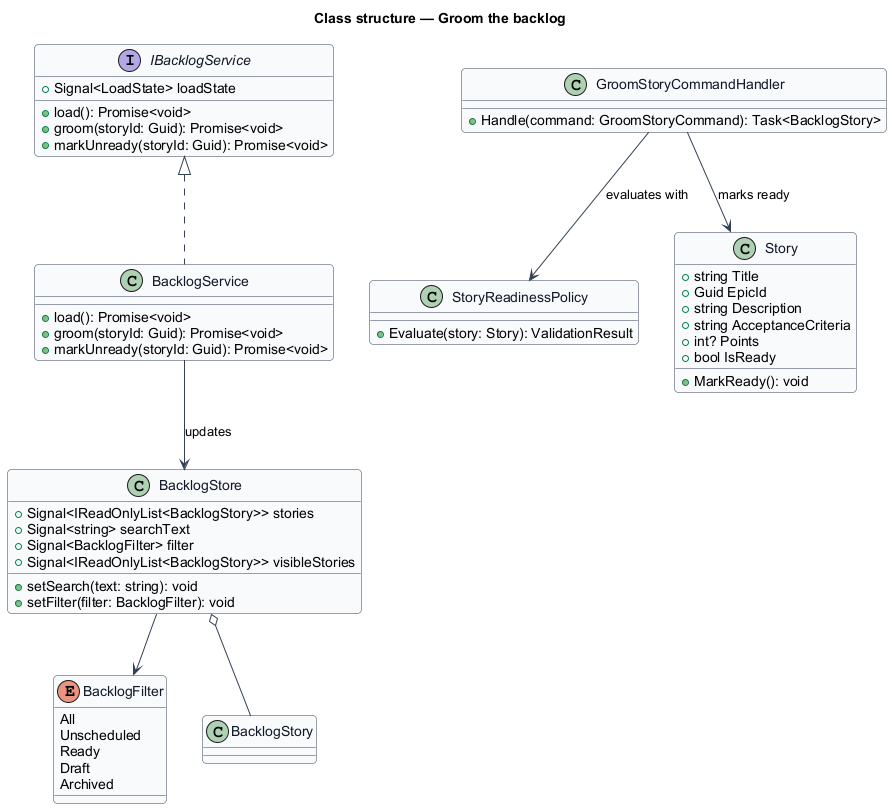
Before: docs/detailed-designs/planning/groom-backlog/diagrams/class-structure.png, a diagram exported from PlantUML (QuinntyneBrown/quinntyne-brown-consulting).
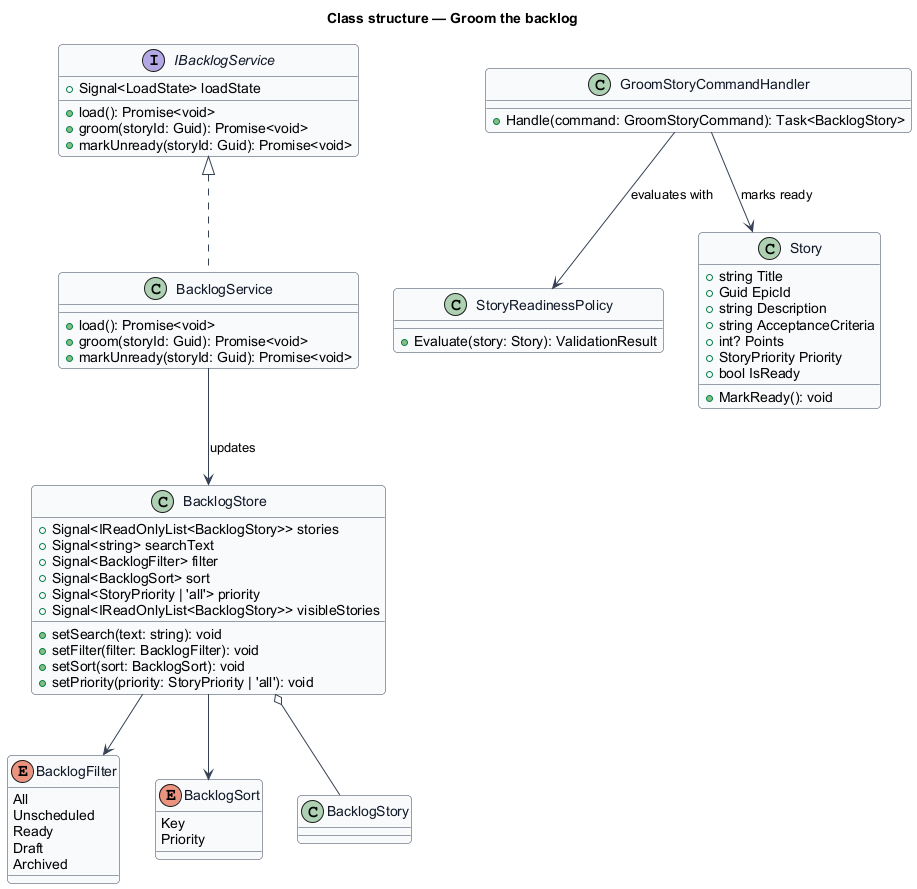
After the change.

Change to the diagram source:
```diff
@@ -19,13 +19,22 @@
   Archived
 }
 
+enum BacklogSort {
+  Key
+  Priority
+}
+
 class BacklogStore {
   +Signal<IReadOnlyList<BacklogStory>> stories
   +Signal<string> searchText
   +Signal<BacklogFilter> filter
+  +Signal<BacklogSort> sort
+  +Signal<StoryPriority | 'all'> priority
   +Signal<IReadOnlyList<BacklogStory>> visibleStories
   +setSearch(text: string): void
   +setFilter(filter: BacklogFilter): void
+  +setSort(sort: BacklogSort): void
+  +setPriority(priority: StoryPriority | 'all'): void
 }
 
 interface IBacklogService {
@@ -55,11 +64,13 @@
   +string Description
   +string AcceptanceCriteria
   +int? Points
+  +StoryPriority Priority
   +bool IsReady
   +MarkReady(): void
 }
 
 BacklogStore --> BacklogFilter
+BacklogStore --> BacklogSort
 BacklogStore o-- BacklogStory
 IBacklogService <|.. BacklogService
 BacklogService --> BacklogStore : updates
```
